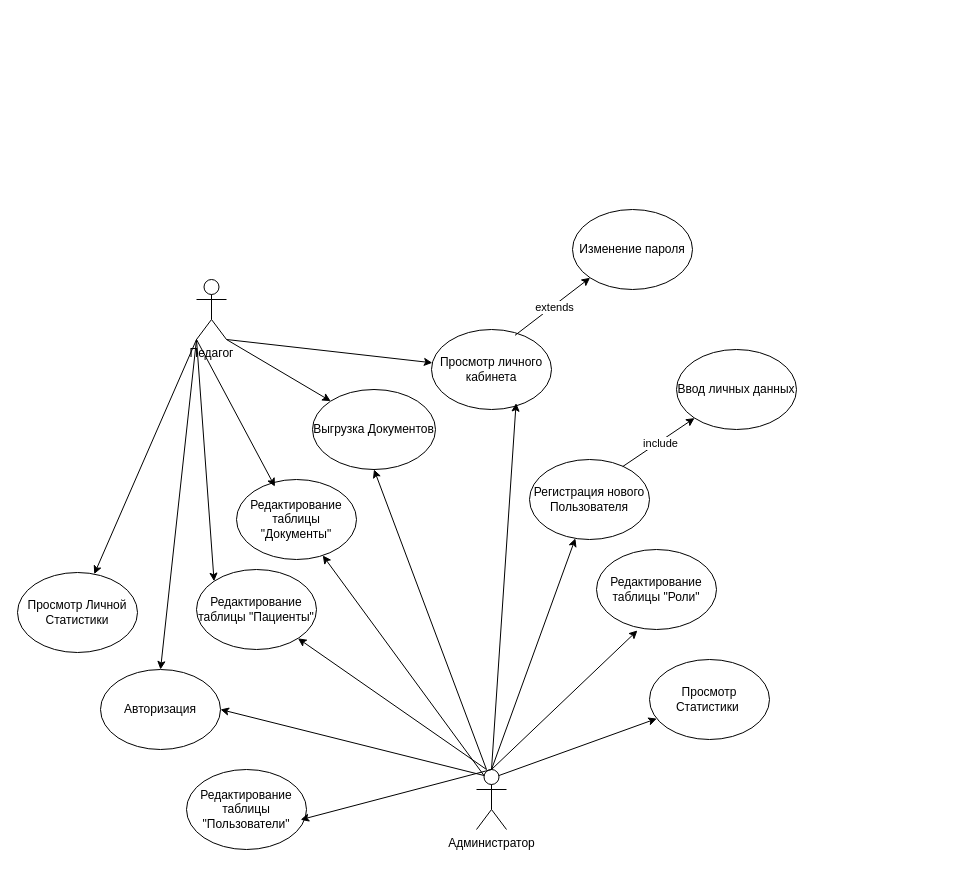
The draw.io diagram drawio/precedents_scheme.drawio in slsforme/prirodaRazumaSoftwareSystem, before the edit. Source tidied: cells renumbered, new cells numbered last; positions are measured from the earlier drawing's top-left corner, leaving out a move shared by most shapes. Both pictures are drawn from the tidied source at 100%, with x=0, y=0 at pixel (17, 209).
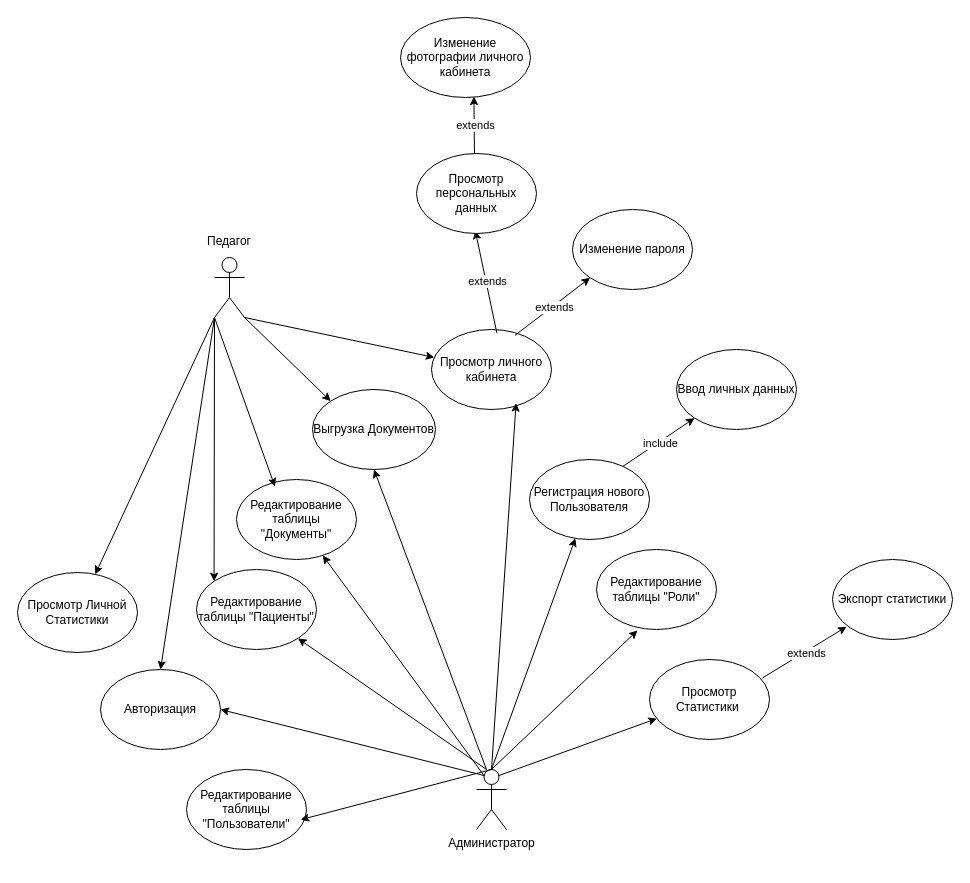
The same page after the edit.

Unchanged cells that the change refers to:
```xml
<mxCell id="18" value="Просмотр Статистики&amp;nbsp;" style="ellipse;whiteSpace=wrap;html=1;" parent="1" vertex="1">
  <mxGeometry x="632" y="450" width="120" height="80" as="geometry" />
</mxCell>
<mxCell id="22" value="Просмотр личного кабинета" style="ellipse;whiteSpace=wrap;html=1;" parent="1" vertex="1">
  <mxGeometry x="414" y="120" width="120" height="80" as="geometry" />
</mxCell>
```

Change to the diagram source:
```diff
@@
-    <mxCell id="24" value="Педагог&lt;div&gt;&lt;br&gt;&lt;/div&gt;" style="shape=umlActor;verticalLabelPosition=bottom;verticalAlign=top;html=1;outlineConnect=0;" parent="1" vertex="1">
-      <mxGeometry x="179" y="70" width="30" height="60" as="geometry" />
+    <mxCell id="24" value="&lt;div&gt;&lt;br&gt;&lt;/div&gt;" style="shape=umlActor;verticalLabelPosition=bottom;verticalAlign=top;html=1;outlineConnect=0;" parent="1" vertex="1">
+      <mxGeometry x="197" y="48" width="30" height="60" as="geometry" />
     </mxCell>
@@
+    <mxCell id="35" value="Педагог" style="text;html=1;align=center;verticalAlign=middle;whiteSpace=wrap;rounded=0;" parent="1" vertex="1">
+      <mxGeometry x="182" y="17" width="60" height="30" as="geometry" />
+    </mxCell>
+    <mxCell id="36" style="endArrow=classic;html=1;rounded=0;exitX=0.942;exitY=0.23;exitDx=0;exitDy=0;exitPerimeter=0;entryX=0.117;entryY=0.84;entryDx=0;entryDy=0;entryPerimeter=0;" parent="1" edge="1" source="18" target="38">
+      <mxGeometry relative="1" as="geometry" />
+    </mxCell>
+    <mxCell id="37" value="extends" style="edgeLabel;html=1;align=center;verticalAlign=middle;" parent="36" vertex="1">
+      <mxGeometry x="0.01" y="-1" relative="1" as="geometry" />
+    </mxCell>
+    <mxCell id="38" value="Экспорт статистики" style="ellipse;whiteSpace=wrap;html=1;" parent="1" vertex="1">
+      <mxGeometry x="815" y="350" width="120" height="80" as="geometry" />
+    </mxCell>
+    <mxCell id="39" style="endArrow=classic;html=1;rounded=0;exitX=0.545;exitY=0.045;exitDx=0;exitDy=0;exitPerimeter=0;entryX=0.49;entryY=0.965;entryDx=0;entryDy=0;entryPerimeter=0;" parent="1" edge="1" source="22" target="41">
+      <mxGeometry relative="1" as="geometry" />
+    </mxCell>
+    <mxCell id="40" value="extends" style="edgeLabel;html=1;align=center;verticalAlign=middle;" parent="39" vertex="1">
+      <mxGeometry x="0.01" y="-1" relative="1" as="geometry" />
+    </mxCell>
+    <mxCell id="41" value="Просмотр персональных данных" style="ellipse;whiteSpace=wrap;html=1;" parent="1" vertex="1">
+      <mxGeometry x="399" y="-56" width="120" height="80" as="geometry" />
+    </mxCell>
+    <mxCell id="42" value="Изменение фотографии личного кабинета" style="ellipse;whiteSpace=wrap;html=1;" parent="1" vertex="1">
+      <mxGeometry x="383" y="-192" width="130" height="80" as="geometry" />
+    </mxCell>
+    <mxCell id="43" style="endArrow=classic;html=1;rounded=0;exitX=0.483;exitY=0.005;exitDx=0;exitDy=0;exitPerimeter=0;entryX=0.565;entryY=0.988;entryDx=0;entryDy=0;entryPerimeter=0;" parent="1" edge="1" source="41" target="42">
+      <mxGeometry relative="1" as="geometry" />
+    </mxCell>
+    <mxCell id="44" value="extends" style="edgeLabel;html=1;align=center;verticalAlign=middle;" parent="43" vertex="1">
+      <mxGeometry x="0.01" y="-1" relative="1" as="geometry" />
+    </mxCell>
```
